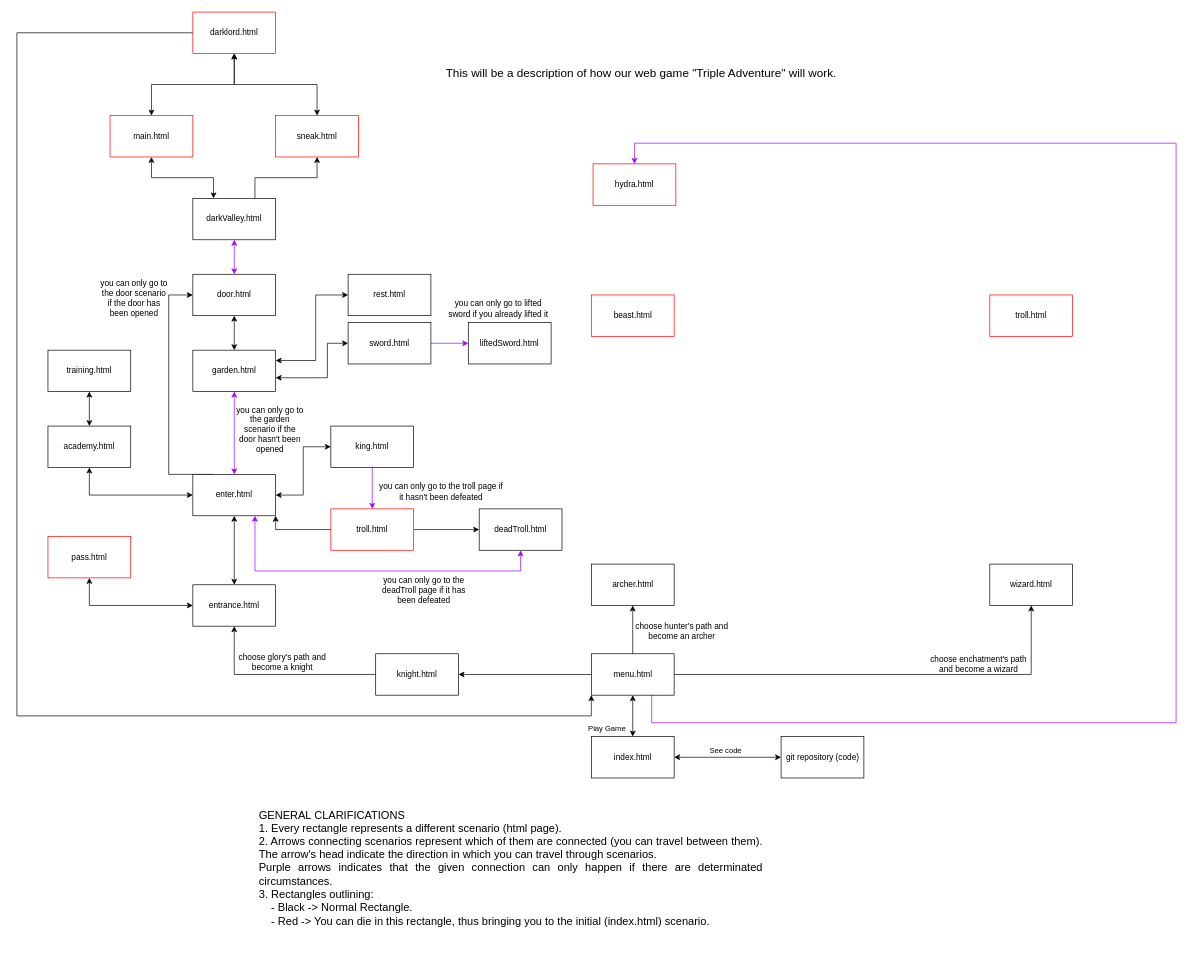
The draw.io diagram Diagram/GameDiagram.drawio in Enrikkk/CSCI-4208---Developing-Advanced-Web-Applications, before the edit. Source tidied: cells renumbered, new cells numbered last; positions are measured from the earlier drawing's top-left corner, leaving out a move shared by most shapes. Both pictures are drawn from the tidied source at 69%, with x=0, y=0 at pixel (17, 12).
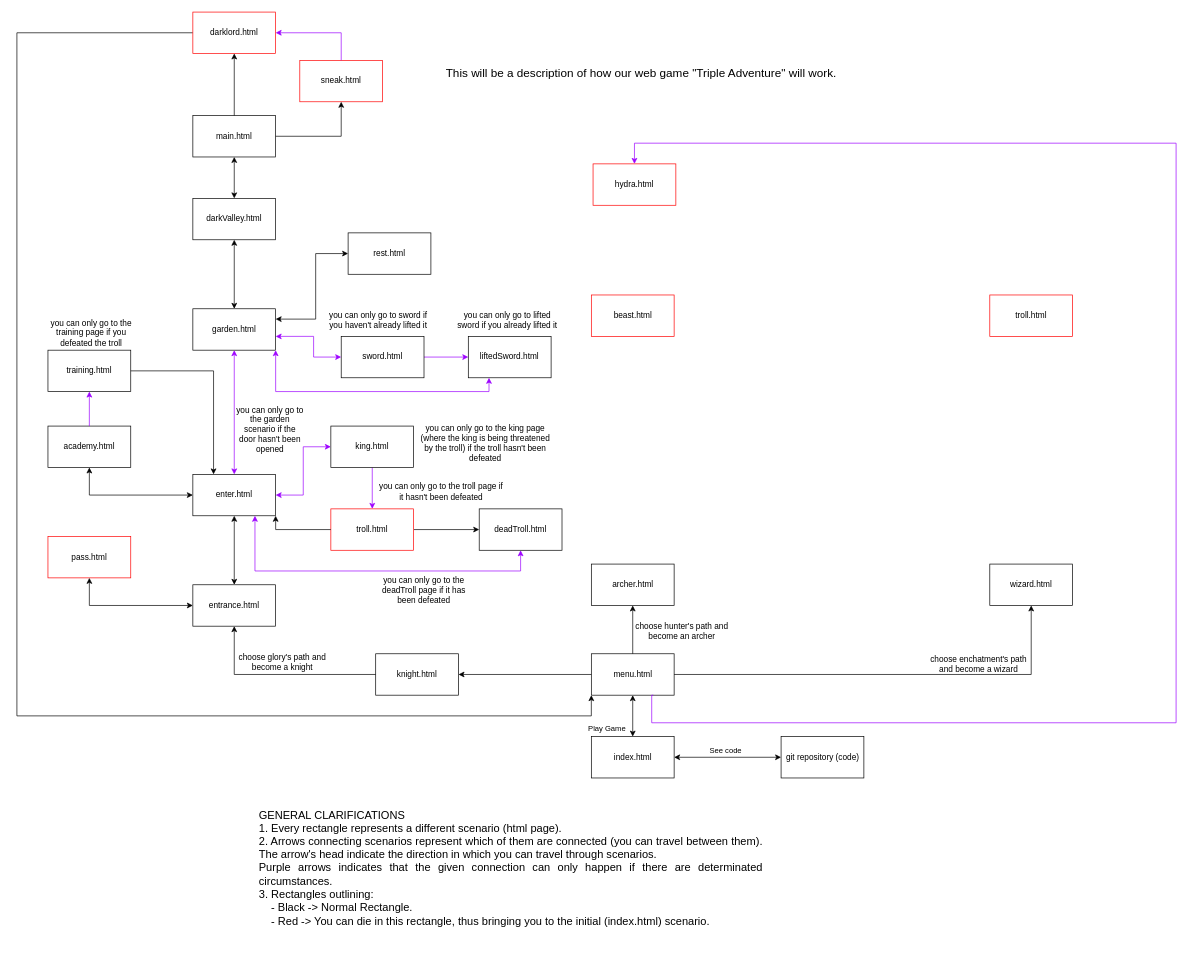
The same page after the edit.

The change refers to these unchanged cells:
```xml
<mxCell id="11" value="enter.html" style="rounded=0;whiteSpace=wrap;html=1;" parent="1" vertex="1">
  <mxGeometry x="255" y="670" width="120" height="60" as="geometry" />
</mxCell>
<mxCell id="20" value="darklord.html" style="rounded=0;whiteSpace=wrap;html=1;strokeColor=#FF0000;" parent="1" vertex="1">
  <mxGeometry x="255" width="120" height="60" as="geometry" />
</mxCell>
<mxCell id="25" value="academy.html" style="rounded=0;whiteSpace=wrap;html=1;" parent="1" vertex="1">
  <mxGeometry x="45" y="600" width="120" height="60" as="geometry" />
</mxCell>
<mxCell id="28" value="king.html" style="rounded=0;whiteSpace=wrap;html=1;strokeColor=#000000;" parent="1" vertex="1">
  <mxGeometry x="455" y="600" width="120" height="60" as="geometry" />
</mxCell>
<mxCell id="44" value="training.html" style="rounded=0;whiteSpace=wrap;html=1;" parent="1" vertex="1">
  <mxGeometry x="45" y="490" width="120" height="60" as="geometry" />
</mxCell>
<mxCell id="49" value="darkValley.html" style="rounded=0;whiteSpace=wrap;html=1;" parent="1" vertex="1">
  <mxGeometry x="255" y="270" width="120" height="60" as="geometry" />
</mxCell>
```

Change to the diagram source:
```diff
@@
-    <mxCell id="10" style="edgeStyle=orthogonalEdgeStyle;rounded=0;jettySize=auto;html=1;exitX=0.25;exitY=0;exitDx=0;exitDy=0;entryX=0;entryY=0.5;entryDx=0;entryDy=0;" parent="1" edge="1" source="11" target="55">
-      <mxGeometry relative="1" as="geometry">
-        <Array as="points">
-          <mxPoint x="220" y="670" />
-          <mxPoint x="220" y="410" />
-        </Array>
-      </mxGeometry>
-    </mxCell>
@@
     <mxCell id="26" value="garden.html" style="rounded=0;whiteSpace=wrap;html=1;" parent="1" vertex="1">
-      <mxGeometry x="255" y="490" width="120" height="60" as="geometry" />
+      <mxGeometry x="255" y="430" width="120" height="60" as="geometry" />
     </mxCell>
@@
-    <mxCell id="29" value="main.html" style="rounded=0;whiteSpace=wrap;html=1;strokeColor=#FF0000;" parent="1" vertex="1">
-      <mxGeometry x="135" y="150" width="120" height="60" as="geometry" />
+    <mxCell id="29" value="main.html" style="rounded=0;whiteSpace=wrap;html=1;strokeColor=#000000;" parent="1" vertex="1">
+      <mxGeometry x="255" y="150" width="120" height="60" as="geometry" />
     </mxCell>
@@
-    <mxCell id="31" style="endArrow=classic;startArrow=classic;html=1;rounded=0;entryX=0;entryY=0.5;entryDx=0;entryDy=0;exitX=1;exitY=0.5;exitDx=0;exitDy=0;edgeStyle=orthogonalEdgeStyle;" parent="1" edge="1" source="11" target="28">
+    <mxCell id="31" style="endArrow=classic;startArrow=classic;html=1;rounded=0;entryX=0;entryY=0.5;entryDx=0;entryDy=0;exitX=1;exitY=0.5;exitDx=0;exitDy=0;edgeStyle=orthogonalEdgeStyle;strokeColor=#9D00FF;" parent="1" edge="1" source="11" target="28">
       <mxGeometry relative="1" as="geometry" />
     </mxCell>
@@
-    <mxCell id="33" style="endArrow=classic;startArrow=classic;html=1;rounded=0;entryX=0.5;entryY=1;entryDx=0;entryDy=0;exitX=0.5;exitY=0;exitDx=0;exitDy=0;edgeStyle=orthogonalEdgeStyle;" parent="1" edge="1" source="29" target="20">
+    <mxCell id="33" style="endArrow=classic;startArrow=none;html=1;rounded=0;entryX=0.5;entryY=1;entryDx=0;entryDy=0;exitX=0.5;exitY=0;exitDx=0;exitDy=0;edgeStyle=orthogonalEdgeStyle;startFill=0;" parent="1" edge="1" source="29" target="20">
       <mxGeometry relative="1" as="geometry" />
     </mxCell>
     <mxCell id="34" value="sneak.html" style="rounded=0;whiteSpace=wrap;html=1;strokeColor=#FF0000;" parent="1" vertex="1">
-      <mxGeometry x="375" y="150" width="120" height="60" as="geometry" />
+      <mxGeometry x="410" y="70" width="120" height="60" as="geometry" />
     </mxCell>
-    <mxCell id="35" style="endArrow=classic;startArrow=classic;html=1;rounded=0;entryX=0.5;entryY=1;entryDx=0;entryDy=0;exitX=0.5;exitY=0;exitDx=0;exitDy=0;edgeStyle=orthogonalEdgeStyle;" parent="1" edge="1" source="34" target="20">
-      <mxGeometry relative="1" as="geometry" />
-    </mxCell>
@@
-    <mxCell id="45" style="endArrow=classic;startArrow=classic;html=1;rounded=0;entryX=0.5;entryY=1;entryDx=0;entryDy=0;exitX=0.5;exitY=0;exitDx=0;exitDy=0;" parent="1" edge="1" source="25" target="44">
+    <mxCell id="45" style="endArrow=classic;startArrow=none;html=1;rounded=0;entryX=0.5;entryY=1;entryDx=0;entryDy=0;exitX=0.5;exitY=0;exitDx=0;exitDy=0;strokeColor=#9D00FF;startFill=0;" parent="1" edge="1" source="25" target="44">
       <mxGeometry relative="1" as="geometry" />
     </mxCell>
-    <mxCell id="46" style="edgeStyle=orthogonalEdgeStyle;rounded=0;jettySize=auto;html=1;exitX=0.75;exitY=0;exitDx=0;exitDy=0;entryX=0.5;entryY=1;entryDx=0;entryDy=0;" parent="1" edge="1" source="49" target="34">
-      <mxGeometry relative="1" as="geometry" />
-    </mxCell>
-    <mxCell id="47" style="edgeStyle=orthogonalEdgeStyle;rounded=0;jettySize=auto;html=1;exitX=0.25;exitY=0;exitDx=0;exitDy=0;entryX=0.5;entryY=1;entryDx=0;entryDy=0;startArrow=classic;startFill=1;" parent="1" edge="1" source="49" target="29">
+    <mxCell id="47" style="edgeStyle=orthogonalEdgeStyle;rounded=0;jettySize=auto;html=1;exitX=0.5;exitY=0;exitDx=0;exitDy=0;entryX=0.5;entryY=1;entryDx=0;entryDy=0;startArrow=classic;startFill=1;" parent="1" edge="1" source="49" target="29">
       <mxGeometry relative="1" as="geometry" />
     </mxCell>
     <mxCell id="48" style="edgeStyle=orthogonalEdgeStyle;rounded=0;jettySize=auto;html=1;entryX=0;entryY=0.5;entryDx=0;entryDy=0;startArrow=classic;startFill=1;exitX=1;exitY=0.25;exitDx=0;exitDy=0;" parent="1" edge="1" source="26" target="51">
       <mxGeometry relative="1" as="geometry">
         <Array as="points">
-          <mxPoint x="433" y="505" />
-          <mxPoint x="433" y="410" />
+          <mxPoint x="433" y="445" />
+          <mxPoint x="433" y="350" />
         </Array>
       </mxGeometry>
     </mxCell>
@@
-    <mxCell id="50" style="endArrow=classic;startArrow=classic;html=1;rounded=0;strokeColor=#9D00FF;entryX=0.5;entryY=1;entryDx=0;entryDy=0;exitX=0.5;exitY=0;exitDx=0;exitDy=0;" parent="1" edge="1" source="55" target="49">
-      <mxGeometry relative="1" as="geometry" />
-    </mxCell>
     <mxCell id="51" value="rest.html" style="rounded=0;whiteSpace=wrap;html=1;" parent="1" vertex="1">
-      <mxGeometry x="480" y="380" width="120" height="60" as="geometry" />
+      <mxGeometry x="480" y="320" width="120" height="60" as="geometry" />
     </mxCell>
@@
     <mxCell id="53" value="sword.html" style="rounded=0;whiteSpace=wrap;html=1;" parent="1" vertex="1">
-      <mxGeometry x="480" y="450" width="120" height="60" as="geometry" />
+      <mxGeometry x="470" y="470" width="120" height="60" as="geometry" />
     </mxCell>
-    <mxCell id="54" style="endArrow=classic;startArrow=classic;html=1;rounded=0;entryX=0;entryY=0.5;entryDx=0;entryDy=0;exitX=1;exitY=0.667;exitDx=0;exitDy=0;edgeStyle=orthogonalEdgeStyle;exitPerimeter=0;strokeColor=#000000;" parent="1" edge="1" source="26" target="53">
+    <mxCell id="54" style="endArrow=classic;startArrow=classic;html=1;rounded=0;entryX=0;entryY=0.5;entryDx=0;entryDy=0;exitX=1;exitY=0.667;exitDx=0;exitDy=0;edgeStyle=orthogonalEdgeStyle;exitPerimeter=0;strokeColor=#9D00FF;" parent="1" edge="1" source="26" target="53">
       <mxGeometry relative="1" as="geometry">
         <Array as="points">
-          <mxPoint x="450" y="530" />
-          <mxPoint x="450" y="480" />
+          <mxPoint x="430" y="470" />
+          <mxPoint x="430" y="500" />
         </Array>
       </mxGeometry>
     </mxCell>
-    <mxCell id="55" value="door.html" style="rounded=0;whiteSpace=wrap;html=1;" parent="1" vertex="1">
-      <mxGeometry x="255" y="380" width="120" height="60" as="geometry" />
-    </mxCell>
-    <mxCell id="56" style="endArrow=classic;startArrow=classic;html=1;rounded=0;entryX=0.5;entryY=1;entryDx=0;entryDy=0;exitX=0.5;exitY=0;exitDx=0;exitDy=0;" parent="1" edge="1" source="26" target="55">
+    <mxCell id="56" style="endArrow=classic;startArrow=classic;html=1;rounded=0;entryX=0.5;entryY=1;entryDx=0;entryDy=0;exitX=0.5;exitY=0;exitDx=0;exitDy=0;" parent="1" edge="1" source="26" target="49">
       <mxGeometry relative="1" as="geometry" />
     </mxCell>
@@
-    <mxCell id="65" value="you can only go to the door scenario if the door has been opened" style="text;html=1;align=center;verticalAlign=middle;whiteSpace=wrap;rounded=0;" parent="1" vertex="1">
-      <mxGeometry x="120" y="400" width="100" height="30" as="geometry" />
-    </mxCell>
     <mxCell id="66" value="liftedSword.html" style="rounded=0;whiteSpace=wrap;html=1;" parent="1" vertex="1">
-      <mxGeometry x="654.2" y="450" width="120" height="60" as="geometry" />
+      <mxGeometry x="654.2" y="470" width="120" height="60" as="geometry" />
     </mxCell>
     <mxCell id="67" value="you can only go to lifted sword if you already lifted it" style="text;html=1;align=center;verticalAlign=middle;whiteSpace=wrap;rounded=0;" parent="1" vertex="1">
-      <mxGeometry x="622.2" y="400" width="152" height="60" as="geometry" />
+      <mxGeometry x="635.2" y="417" width="152" height="60" as="geometry" />
     </mxCell>
+    <mxCell id="68" style="endArrow=classic;startArrow=classic;html=1;rounded=0;exitX=1;exitY=1;exitDx=0;exitDy=0;entryX=0.25;entryY=1;entryDx=0;entryDy=0;edgeStyle=orthogonalEdgeStyle;strokeColor=#9D00FF;" parent="1" edge="1" source="26" target="66">
+      <mxGeometry relative="1" as="geometry">
+        <Array as="points">
+          <mxPoint x="375" y="550" />
+          <mxPoint x="684" y="550" />
+        </Array>
+      </mxGeometry>
+    </mxCell>
+    <mxCell id="69" value="you can only go to sword if you haven't already lifted it" style="text;html=1;align=center;verticalAlign=middle;whiteSpace=wrap;rounded=0;" parent="1" vertex="1">
+      <mxGeometry x="448" y="417" width="152" height="60" as="geometry" />
+    </mxCell>
+    <mxCell id="70" value="you can only go to the king page (where the king is being threatened by the troll) if the troll hasn't been defeated" style="text;html=1;align=center;verticalAlign=middle;whiteSpace=wrap;rounded=0;" parent="1" vertex="1">
+      <mxGeometry x="584.2" y="620" width="190" height="10" as="geometry" />
+    </mxCell>
+    <mxCell id="71" style="endArrow=classic;startArrow=none;html=1;rounded=0;exitX=1;exitY=0.5;exitDx=0;exitDy=0;entryX=0.25;entryY=0;entryDx=0;entryDy=0;edgeStyle=orthogonalEdgeStyle;startFill=0;" parent="1" edge="1" source="44" target="11">
+      <mxGeometry relative="1" as="geometry" />
+    </mxCell>
+    <mxCell id="72" value="you can only go to the training page if you defeated the troll" style="text;html=1;align=center;verticalAlign=middle;whiteSpace=wrap;rounded=0;" parent="1" vertex="1">
+      <mxGeometry x="43" y="440" width="130" height="50" as="geometry" />
+    </mxCell>
+    <mxCell id="73" style="endArrow=classic;html=1;rounded=0;entryX=0.5;entryY=1;entryDx=0;entryDy=0;exitX=1;exitY=0.5;exitDx=0;exitDy=0;edgeStyle=orthogonalEdgeStyle;" parent="1" edge="1" source="29" target="34">
+      <mxGeometry relative="1" as="geometry" />
+    </mxCell>
+    <mxCell id="35" style="endArrow=classic;html=1;rounded=0;entryX=1;entryY=0.5;entryDx=0;entryDy=0;exitX=0.5;exitY=0;exitDx=0;exitDy=0;edgeStyle=orthogonalEdgeStyle;strokeColor=#9D00FF;" parent="1" edge="1" source="34" target="20">
+      <mxGeometry relative="1" as="geometry" />
+    </mxCell>
```
